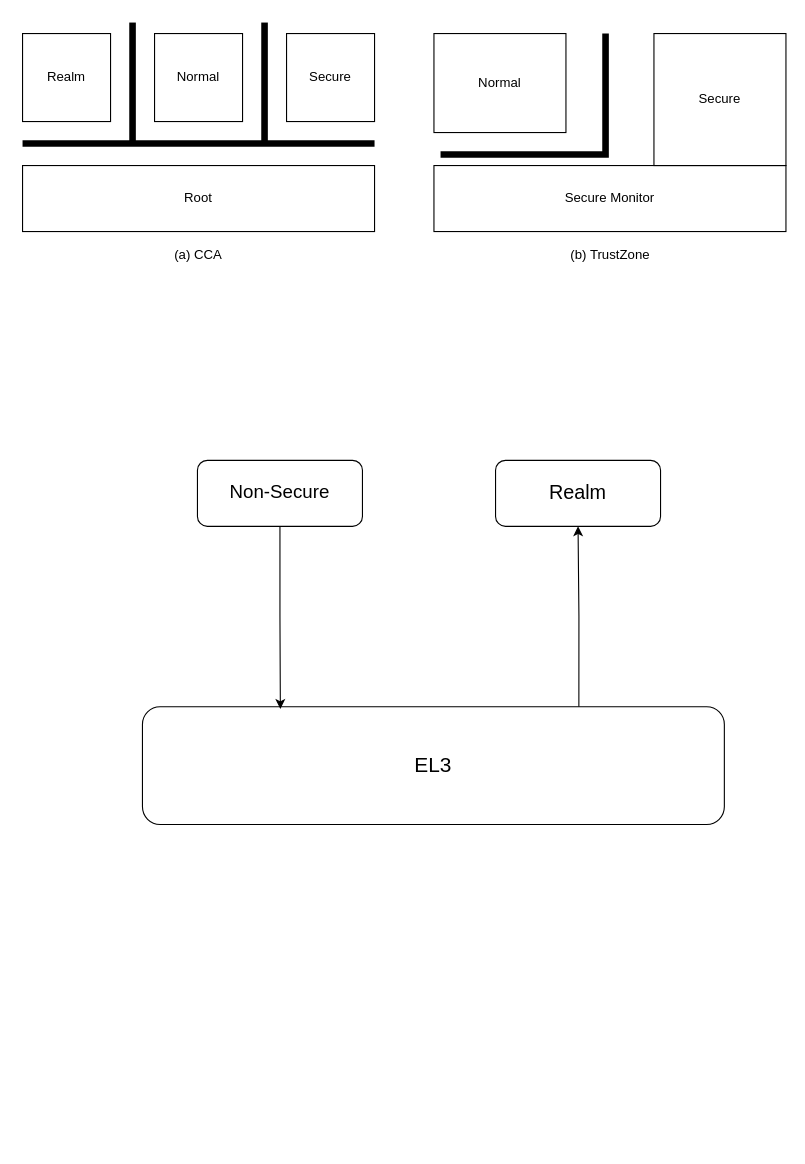
Earlier version of the draw.io diagram Untitled Diagram.drawio (EdisonE3/vue_learn). Source tidied: cells renumbered, new cells numbered last; positions are measured from the earlier drawing's top-left corner, leaving out a move shared by most shapes. Both pictures are drawn from the tidied source at 110%, with x=0, y=0 at pixel (22, 33).
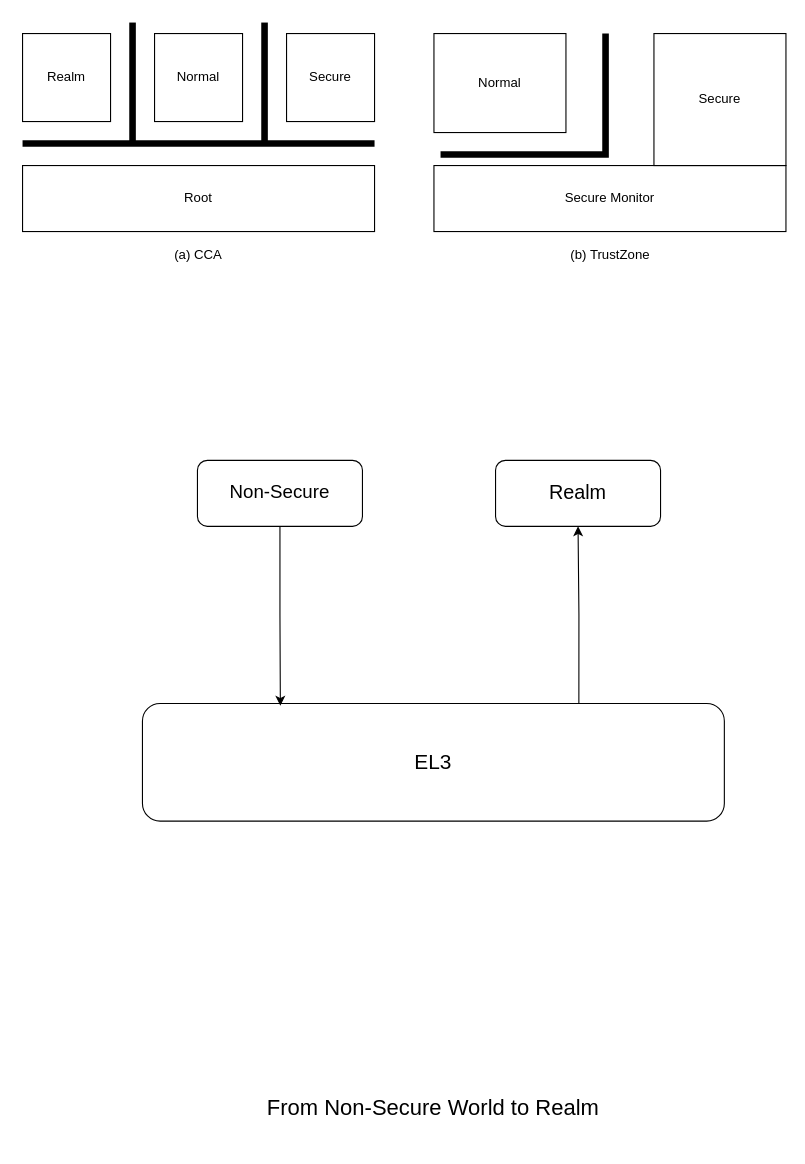
The same page after the edit.

What changed in the source:
```diff
@@
     <mxCell id="16" value="&lt;font style=&quot;font-size: 19px&quot;&gt;EL3&lt;/font&gt;" style="rounded=1;whiteSpace=wrap;html=1;" parent="1" vertex="1">
-      <mxGeometry x="109" y="612" width="529" height="107" as="geometry" />
+      <mxGeometry x="109" y="609" width="529" height="107" as="geometry" />
     </mxCell>
@@
+    <mxCell id="20" value="&lt;font style=&quot;font-size: 20px&quot;&gt;From Non-Secure World to Realm&lt;/font&gt;" style="text;html=1;strokeColor=none;fillColor=none;align=center;verticalAlign=middle;whiteSpace=wrap;rounded=0;" parent="1" vertex="1">
+      <mxGeometry x="210" y="940" width="327" height="71" as="geometry" />
+    </mxCell>
```
